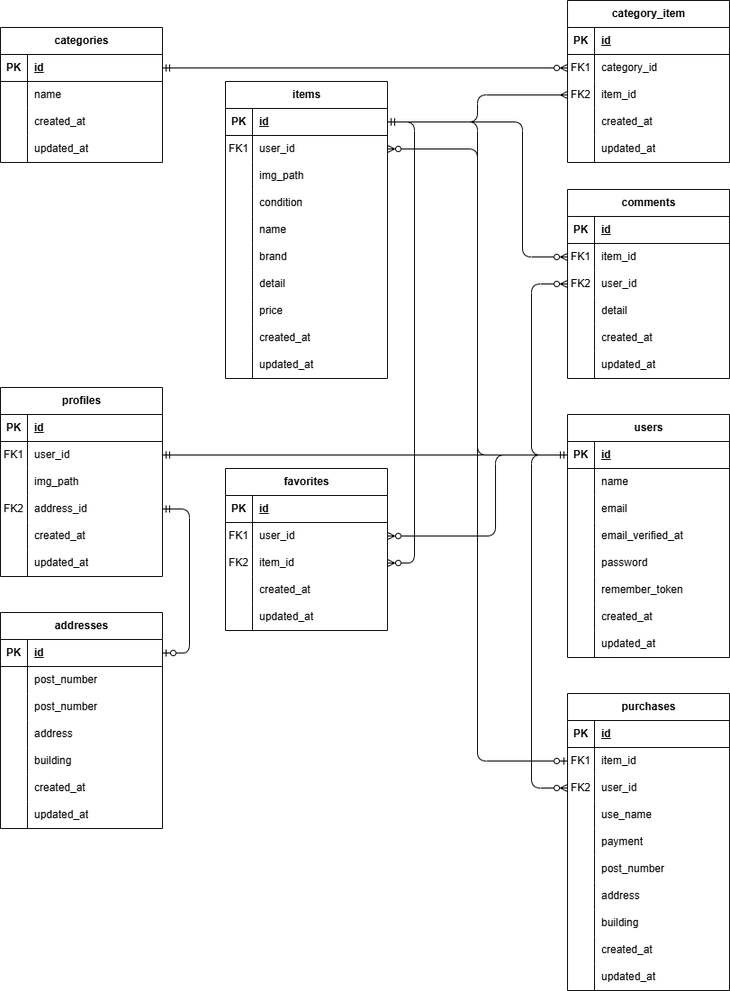
Above: ER.drawio.png in kasahara-dev/kasahara-mogi1 (draw.io), before the change. Source tidied: cells renumbered, new cells last; positions are measured from the earlier drawing's top-left corner, leaving out a move shared by most shapes.
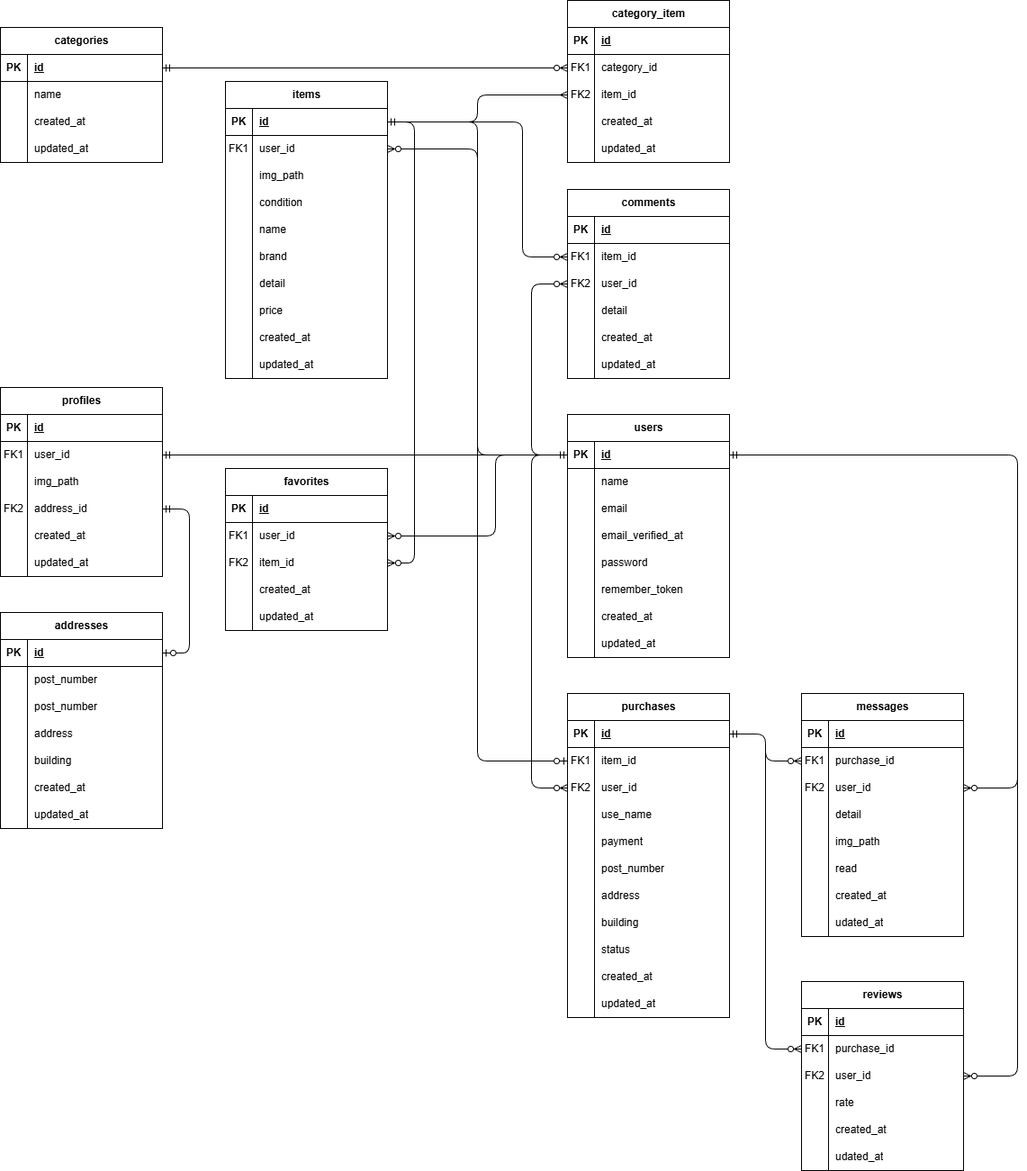
After the change.

Change to the diagram source:
```diff
@@ -354,7 +354,7 @@
       <mxGeometry x="30" width="150" height="30" as="geometry" />
     </mxCell>
     <mxCell id="119" value="purchases" style="shape=table;startSize=30;rowLines=0;fontStyle=1;align=center;html=1;" parent="1" vertex="1">
-      <mxGeometry x="630" y="770" width="180" height="330" as="geometry" />
+      <mxGeometry x="630" y="770" width="180" height="360" as="geometry" />
     </mxCell>
     <mxCell id="120" style="shape=tableRow;horizontal=0;startSize=0;swimlaneHead=0;swimlaneBody=0;fillColor=none;points=[[0,0.5],[1,0.5]];portConstraint=eastwest;top=0;left=0;right=0;bottom=1;" parent="119" vertex="1">
       <mxGeometry y="30" width="180" height="30" as="geometry" />
@@ -428,8 +428,17 @@
     <mxCell id="143" value="building" style="shape=partialRectangle;fillColor=none;top=0;left=0;bottom=0;right=0;align=left;spacingLeft=6;overflow=hidden;whiteSpace=wrap;html=1;" parent="141" vertex="1">
       <mxGeometry x="30" width="150" height="30" as="geometry" />
     </mxCell>
+    <mxCell id="205" style="shape=tableRow;horizontal=0;startSize=0;swimlaneHead=0;swimlaneBody=0;fillColor=none;top=0;left=0;right=0;bottom=0;" parent="119" vertex="1">
+      <mxGeometry y="270" width="180" height="30" as="geometry" />
+    </mxCell>
+    <mxCell id="206" style="shape=partialRectangle;fillColor=none;top=0;left=0;bottom=0;right=0;overflow=hidden;whiteSpace=wrap;html=1;" parent="205" vertex="1">
+      <mxGeometry width="30" height="30" as="geometry" />
+    </mxCell>
+    <mxCell id="207" value="status" style="shape=partialRectangle;fillColor=none;top=0;left=0;bottom=0;right=0;align=left;spacingLeft=6;overflow=hidden;whiteSpace=wrap;html=1;" parent="205" vertex="1">
+      <mxGeometry x="30" width="150" height="30" as="geometry" />
+    </mxCell>
     <mxCell id="144" style="shape=tableRow;horizontal=0;startSize=0;swimlaneHead=0;swimlaneBody=0;fillColor=none;top=0;left=0;right=0;bottom=0;" parent="119" vertex="1">
-      <mxGeometry y="270" width="180" height="30" as="geometry" />
+      <mxGeometry y="300" width="180" height="30" as="geometry" />
     </mxCell>
     <mxCell id="145" style="shape=partialRectangle;fillColor=none;top=0;left=0;bottom=0;right=0;overflow=hidden;whiteSpace=wrap;html=1;" parent="144" vertex="1">
       <mxGeometry width="30" height="30" as="geometry" />
@@ -438,7 +447,7 @@
       <mxGeometry x="30" width="150" height="30" as="geometry" />
     </mxCell>
     <mxCell id="147" style="shape=tableRow;horizontal=0;startSize=0;swimlaneHead=0;swimlaneBody=0;fillColor=none;top=0;left=0;right=0;bottom=0;" parent="119" vertex="1">
-      <mxGeometry y="300" width="180" height="30" as="geometry" />
+      <mxGeometry y="330" width="180" height="30" as="geometry" />
     </mxCell>
     <mxCell id="148" style="shape=partialRectangle;fillColor=none;top=0;left=0;bottom=0;right=0;overflow=hidden;whiteSpace=wrap;html=1;" parent="147" vertex="1">
       <mxGeometry width="30" height="30" as="geometry" />
@@ -641,5 +650,159 @@
     <mxCell id="204" style="edgeStyle=orthogonalEdgeStyle;html=1;exitX=0;exitY=0.5;exitDx=0;exitDy=0;entryX=1;entryY=0.5;entryDx=0;entryDy=0;startArrow=ERzeroToMany;startFill=0;endArrow=ERmandOne;endFill=0;" parent="1" edge="1" source="183" target="151">
       <mxGeometry relative="1" as="geometry" />
     </mxCell>
+    <mxCell id="208" value="reviews" style="shape=table;startSize=30;rowLines=0;fontStyle=1;align=center;html=1;" parent="1" vertex="1">
+      <mxGeometry x="890" y="1090" width="180" height="210" as="geometry" />
+    </mxCell>
+    <mxCell id="209" style="shape=tableRow;horizontal=0;startSize=0;swimlaneHead=0;swimlaneBody=0;fillColor=none;top=0;left=0;right=0;bottom=1;" parent="208" vertex="1">
+      <mxGeometry y="30" width="180" height="30" as="geometry" />
+    </mxCell>
+    <mxCell id="210" value="PK" style="shape=partialRectangle;fillColor=none;top=0;left=0;bottom=0;right=0;fontStyle=1;overflow=hidden;whiteSpace=wrap;html=1;" parent="209" vertex="1">
+      <mxGeometry width="30" height="30" as="geometry" />
+    </mxCell>
+    <mxCell id="211" value="id" style="shape=partialRectangle;fillColor=none;top=0;left=0;bottom=0;right=0;align=left;spacingLeft=6;fontStyle=5;overflow=hidden;whiteSpace=wrap;html=1;" parent="209" vertex="1">
+      <mxGeometry x="30" width="150" height="30" as="geometry" />
+    </mxCell>
+    <mxCell id="212" style="shape=tableRow;horizontal=0;startSize=0;swimlaneHead=0;swimlaneBody=0;fillColor=none;points=[[0,0.5],[1,0.5]];portConstraint=eastwest;top=0;left=0;right=0;bottom=0;" parent="208" vertex="1">
+      <mxGeometry y="60" width="180" height="30" as="geometry" />
+    </mxCell>
+    <mxCell id="213" value="FK1" style="shape=partialRectangle;fillColor=none;top=0;left=0;bottom=0;right=0;overflow=hidden;whiteSpace=wrap;html=1;" parent="212" vertex="1">
+      <mxGeometry width="30" height="30" as="geometry" />
+    </mxCell>
+    <mxCell id="214" value="purchase_id" style="shape=partialRectangle;fillColor=none;top=0;left=0;bottom=0;right=0;align=left;spacingLeft=6;overflow=hidden;whiteSpace=wrap;html=1;" parent="212" vertex="1">
+      <mxGeometry x="30" width="150" height="30" as="geometry" />
+    </mxCell>
+    <mxCell id="215" style="shape=tableRow;horizontal=0;startSize=0;swimlaneHead=0;swimlaneBody=0;fillColor=none;points=[[0,0.5],[1,0.5]];portConstraint=eastwest;top=0;left=0;right=0;bottom=0;" parent="208" vertex="1">
+      <mxGeometry y="90" width="180" height="30" as="geometry" />
+    </mxCell>
+    <mxCell id="216" value="FK2" style="shape=partialRectangle;fillColor=none;top=0;left=0;bottom=0;right=0;overflow=hidden;whiteSpace=wrap;html=1;" parent="215" vertex="1">
+      <mxGeometry width="30" height="30" as="geometry" />
+    </mxCell>
+    <mxCell id="217" value="user_id" style="shape=partialRectangle;fillColor=none;top=0;left=0;bottom=0;right=0;align=left;spacingLeft=6;overflow=hidden;whiteSpace=wrap;html=1;" parent="215" vertex="1">
+      <mxGeometry x="30" width="150" height="30" as="geometry" />
+    </mxCell>
+    <mxCell id="218" style="shape=tableRow;horizontal=0;startSize=0;swimlaneHead=0;swimlaneBody=0;fillColor=none;top=0;left=0;right=0;bottom=0;" parent="208" vertex="1">
+      <mxGeometry y="120" width="180" height="30" as="geometry" />
+    </mxCell>
+    <mxCell id="219" style="shape=partialRectangle;fillColor=none;top=0;left=0;bottom=0;right=0;overflow=hidden;whiteSpace=wrap;html=1;" parent="218" vertex="1">
+      <mxGeometry width="30" height="30" as="geometry" />
+    </mxCell>
+    <mxCell id="220" value="rate" style="shape=partialRectangle;fillColor=none;top=0;left=0;bottom=0;right=0;align=left;spacingLeft=6;overflow=hidden;whiteSpace=wrap;html=1;" parent="218" vertex="1">
+      <mxGeometry x="30" width="150" height="30" as="geometry" />
+    </mxCell>
+    <mxCell id="221" style="shape=tableRow;horizontal=0;startSize=0;swimlaneHead=0;swimlaneBody=0;fillColor=none;top=0;left=0;right=0;bottom=0;" parent="208" vertex="1">
+      <mxGeometry y="150" width="180" height="30" as="geometry" />
+    </mxCell>
+    <mxCell id="222" style="shape=partialRectangle;fillColor=none;top=0;left=0;bottom=0;right=0;overflow=hidden;whiteSpace=wrap;html=1;" parent="221" vertex="1">
+      <mxGeometry width="30" height="30" as="geometry" />
+    </mxCell>
+    <mxCell id="223" value="created_at" style="shape=partialRectangle;fillColor=none;top=0;left=0;bottom=0;right=0;align=left;spacingLeft=6;overflow=hidden;whiteSpace=wrap;html=1;" parent="221" vertex="1">
+      <mxGeometry x="30" width="150" height="30" as="geometry" />
+    </mxCell>
+    <mxCell id="224" style="shape=tableRow;horizontal=0;startSize=0;swimlaneHead=0;swimlaneBody=0;fillColor=none;top=0;left=0;right=0;bottom=0;" parent="208" vertex="1">
+      <mxGeometry y="180" width="180" height="30" as="geometry" />
+    </mxCell>
+    <mxCell id="225" style="shape=partialRectangle;fillColor=none;top=0;left=0;bottom=0;right=0;overflow=hidden;whiteSpace=wrap;html=1;" parent="224" vertex="1">
+      <mxGeometry width="30" height="30" as="geometry" />
+    </mxCell>
+    <mxCell id="226" value="udated_at" style="shape=partialRectangle;fillColor=none;top=0;left=0;bottom=0;right=0;align=left;spacingLeft=6;overflow=hidden;whiteSpace=wrap;html=1;" parent="224" vertex="1">
+      <mxGeometry x="30" width="150" height="30" as="geometry" />
+    </mxCell>
+    <mxCell id="227" value="messages" style="shape=table;startSize=30;rowLines=0;fontStyle=1;align=center;html=1;" parent="1" vertex="1">
+      <mxGeometry x="890" y="770" width="180" height="270" as="geometry" />
+    </mxCell>
+    <mxCell id="228" style="shape=tableRow;horizontal=0;startSize=0;swimlaneHead=0;swimlaneBody=0;fillColor=none;top=0;left=0;right=0;bottom=1;" parent="227" vertex="1">
+      <mxGeometry y="30" width="180" height="30" as="geometry" />
+    </mxCell>
+    <mxCell id="229" value="PK" style="shape=partialRectangle;fillColor=none;top=0;left=0;bottom=0;right=0;fontStyle=1;overflow=hidden;whiteSpace=wrap;html=1;" parent="228" vertex="1">
+      <mxGeometry width="30" height="30" as="geometry" />
+    </mxCell>
+    <mxCell id="230" value="id" style="shape=partialRectangle;fillColor=none;top=0;left=0;bottom=0;right=0;align=left;spacingLeft=6;fontStyle=5;overflow=hidden;whiteSpace=wrap;html=1;" parent="228" vertex="1">
+      <mxGeometry x="30" width="150" height="30" as="geometry" />
+    </mxCell>
+    <mxCell id="231" style="shape=tableRow;horizontal=0;startSize=0;swimlaneHead=0;swimlaneBody=0;fillColor=none;points=[[0,0.5],[1,0.5]];portConstraint=eastwest;top=0;left=0;right=0;bottom=0;" parent="227" vertex="1">
+      <mxGeometry y="60" width="180" height="30" as="geometry" />
+    </mxCell>
+    <mxCell id="232" value="FK1" style="shape=partialRectangle;fillColor=none;top=0;left=0;bottom=0;right=0;overflow=hidden;whiteSpace=wrap;html=1;" parent="231" vertex="1">
+      <mxGeometry width="30" height="30" as="geometry" />
+    </mxCell>
+    <mxCell id="233" value="purchase_id" style="shape=partialRectangle;fillColor=none;top=0;left=0;bottom=0;right=0;align=left;spacingLeft=6;overflow=hidden;whiteSpace=wrap;html=1;" parent="231" vertex="1">
+      <mxGeometry x="30" width="150" height="30" as="geometry" />
+    </mxCell>
+    <mxCell id="234" style="shape=tableRow;horizontal=0;startSize=0;swimlaneHead=0;swimlaneBody=0;fillColor=none;points=[[0,0.5],[1,0.5]];portConstraint=eastwest;top=0;left=0;right=0;bottom=0;" parent="227" vertex="1">
+      <mxGeometry y="90" width="180" height="30" as="geometry" />
+    </mxCell>
+    <mxCell id="235" value="FK2" style="shape=partialRectangle;fillColor=none;top=0;left=0;bottom=0;right=0;overflow=hidden;whiteSpace=wrap;html=1;" parent="234" vertex="1">
+      <mxGeometry width="30" height="30" as="geometry" />
+    </mxCell>
+    <mxCell id="236" value="user_id" style="shape=partialRectangle;fillColor=none;top=0;left=0;bottom=0;right=0;align=left;spacingLeft=6;overflow=hidden;whiteSpace=wrap;html=1;" parent="234" vertex="1">
+      <mxGeometry x="30" width="150" height="30" as="geometry" />
+    </mxCell>
+    <mxCell id="237" style="shape=tableRow;horizontal=0;startSize=0;swimlaneHead=0;swimlaneBody=0;fillColor=none;top=0;left=0;right=0;bottom=0;" parent="227" vertex="1">
+      <mxGeometry y="120" width="180" height="30" as="geometry" />
+    </mxCell>
+    <mxCell id="238" style="shape=partialRectangle;fillColor=none;top=0;left=0;bottom=0;right=0;overflow=hidden;whiteSpace=wrap;html=1;" parent="237" vertex="1">
+      <mxGeometry width="30" height="30" as="geometry" />
+    </mxCell>
+    <mxCell id="239" value="detail" style="shape=partialRectangle;fillColor=none;top=0;left=0;bottom=0;right=0;align=left;spacingLeft=6;overflow=hidden;whiteSpace=wrap;html=1;" parent="237" vertex="1">
+      <mxGeometry x="30" width="150" height="30" as="geometry" />
+    </mxCell>
+    <mxCell id="240" style="shape=tableRow;horizontal=0;startSize=0;swimlaneHead=0;swimlaneBody=0;fillColor=none;top=0;left=0;right=0;bottom=0;" parent="227" vertex="1">
+      <mxGeometry y="150" width="180" height="30" as="geometry" />
+    </mxCell>
+    <mxCell id="241" style="shape=partialRectangle;fillColor=none;top=0;left=0;bottom=0;right=0;overflow=hidden;whiteSpace=wrap;html=1;" parent="240" vertex="1">
+      <mxGeometry width="30" height="30" as="geometry" />
+    </mxCell>
+    <mxCell id="242" value="img_path" style="shape=partialRectangle;fillColor=none;top=0;left=0;bottom=0;right=0;align=left;spacingLeft=6;overflow=hidden;whiteSpace=wrap;html=1;" parent="240" vertex="1">
+      <mxGeometry x="30" width="150" height="30" as="geometry" />
+    </mxCell>
+    <mxCell id="243" style="shape=tableRow;horizontal=0;startSize=0;swimlaneHead=0;swimlaneBody=0;fillColor=none;top=0;left=0;right=0;bottom=0;" parent="227" vertex="1">
+      <mxGeometry y="180" width="180" height="30" as="geometry" />
+    </mxCell>
+    <mxCell id="244" style="shape=partialRectangle;fillColor=none;top=0;left=0;bottom=0;right=0;overflow=hidden;whiteSpace=wrap;html=1;" parent="243" vertex="1">
+      <mxGeometry width="30" height="30" as="geometry" />
+    </mxCell>
+    <mxCell id="245" value="read" style="shape=partialRectangle;fillColor=none;top=0;left=0;bottom=0;right=0;align=left;spacingLeft=6;overflow=hidden;whiteSpace=wrap;html=1;" parent="243" vertex="1">
+      <mxGeometry x="30" width="150" height="30" as="geometry" />
+    </mxCell>
+    <mxCell id="246" style="shape=tableRow;horizontal=0;startSize=0;swimlaneHead=0;swimlaneBody=0;fillColor=none;top=0;left=0;right=0;bottom=0;" parent="227" vertex="1">
+      <mxGeometry y="210" width="180" height="30" as="geometry" />
+    </mxCell>
+    <mxCell id="247" style="shape=partialRectangle;fillColor=none;top=0;left=0;bottom=0;right=0;overflow=hidden;whiteSpace=wrap;html=1;" parent="246" vertex="1">
+      <mxGeometry width="30" height="30" as="geometry" />
+    </mxCell>
+    <mxCell id="248" value="created_at" style="shape=partialRectangle;fillColor=none;top=0;left=0;bottom=0;right=0;align=left;spacingLeft=6;overflow=hidden;whiteSpace=wrap;html=1;" parent="246" vertex="1">
+      <mxGeometry x="30" width="150" height="30" as="geometry" />
+    </mxCell>
+    <mxCell id="249" style="shape=tableRow;horizontal=0;startSize=0;swimlaneHead=0;swimlaneBody=0;fillColor=none;top=0;left=0;right=0;bottom=0;" parent="227" vertex="1">
+      <mxGeometry y="240" width="180" height="30" as="geometry" />
+    </mxCell>
+    <mxCell id="250" style="shape=partialRectangle;fillColor=none;top=0;left=0;bottom=0;right=0;overflow=hidden;whiteSpace=wrap;html=1;" parent="249" vertex="1">
+      <mxGeometry width="30" height="30" as="geometry" />
+    </mxCell>
+    <mxCell id="251" value="udated_at" style="shape=partialRectangle;fillColor=none;top=0;left=0;bottom=0;right=0;align=left;spacingLeft=6;overflow=hidden;whiteSpace=wrap;html=1;" parent="249" vertex="1">
+      <mxGeometry x="30" width="150" height="30" as="geometry" />
+    </mxCell>
+    <mxCell id="252" style="edgeStyle=orthogonalEdgeStyle;html=1;exitX=1;exitY=0.5;exitDx=0;exitDy=0;startArrow=ERmandOne;startFill=0;endArrow=ERzeroToMany;endFill=0;entryX=1;entryY=0.5;entryDx=0;entryDy=0;" parent="1" edge="1" source="22" target="234">
+      <mxGeometry relative="1" as="geometry">
+        <Array as="points">
+          <mxPoint x="1130" y="505" />
+          <mxPoint x="1130" y="875" />
+        </Array>
+      </mxGeometry>
+    </mxCell>
+    <mxCell id="253" style="edgeStyle=orthogonalEdgeStyle;html=1;exitX=1;exitY=0.5;exitDx=0;exitDy=0;startArrow=ERmandOne;startFill=0;endArrow=ERzeroToMany;endFill=0;entryX=1;entryY=0.5;entryDx=0;entryDy=0;" parent="1" edge="1" source="22" target="215">
+      <mxGeometry relative="1" as="geometry">
+        <Array as="points">
+          <mxPoint x="1130" y="505" />
+          <mxPoint x="1130" y="1195" />
+        </Array>
+      </mxGeometry>
+    </mxCell>
+    <mxCell id="254" style="edgeStyle=orthogonalEdgeStyle;html=1;exitX=1;exitY=0.5;exitDx=0;exitDy=0;entryX=0;entryY=0.5;entryDx=0;entryDy=0;startArrow=ERmandOne;startFill=0;endArrow=ERzeroToMany;endFill=0;" parent="1" edge="1" source="120" target="231">
+      <mxGeometry relative="1" as="geometry" />
+    </mxCell>
+    <mxCell id="255" style="edgeStyle=orthogonalEdgeStyle;html=1;exitX=1;exitY=0.5;exitDx=0;exitDy=0;entryX=0;entryY=0.5;entryDx=0;entryDy=0;startArrow=ERmandOne;startFill=0;endArrow=ERzeroToMany;endFill=0;" parent="1" edge="1" source="120" target="212">
+      <mxGeometry relative="1" as="geometry" />
+    </mxCell>
   </root>
 </mxGraphModel>
```
